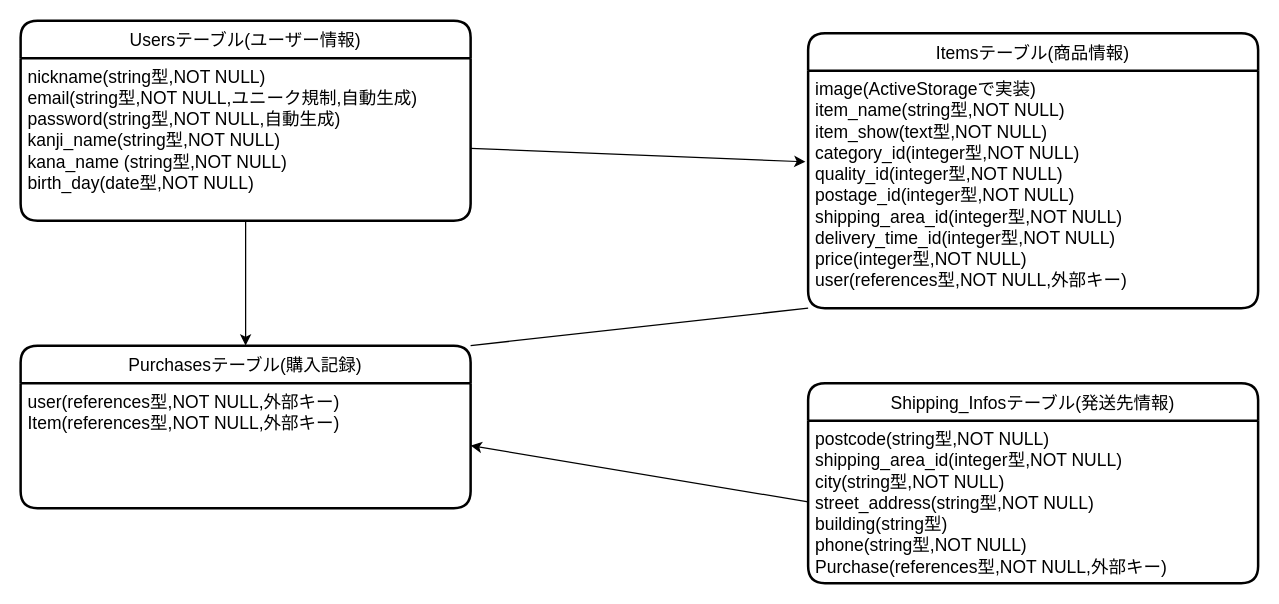
Earlier version of the draw.io diagram furima-40151.dio (flcamp0217/furima-40151). Source tidied: cells renumbered, new cells numbered last; positions are measured from the earlier drawing's top-left corner, leaving out a move shared by most shapes. Both pictures are drawn from the tidied source at 125%, with x=0, y=0 at pixel (20, 20).
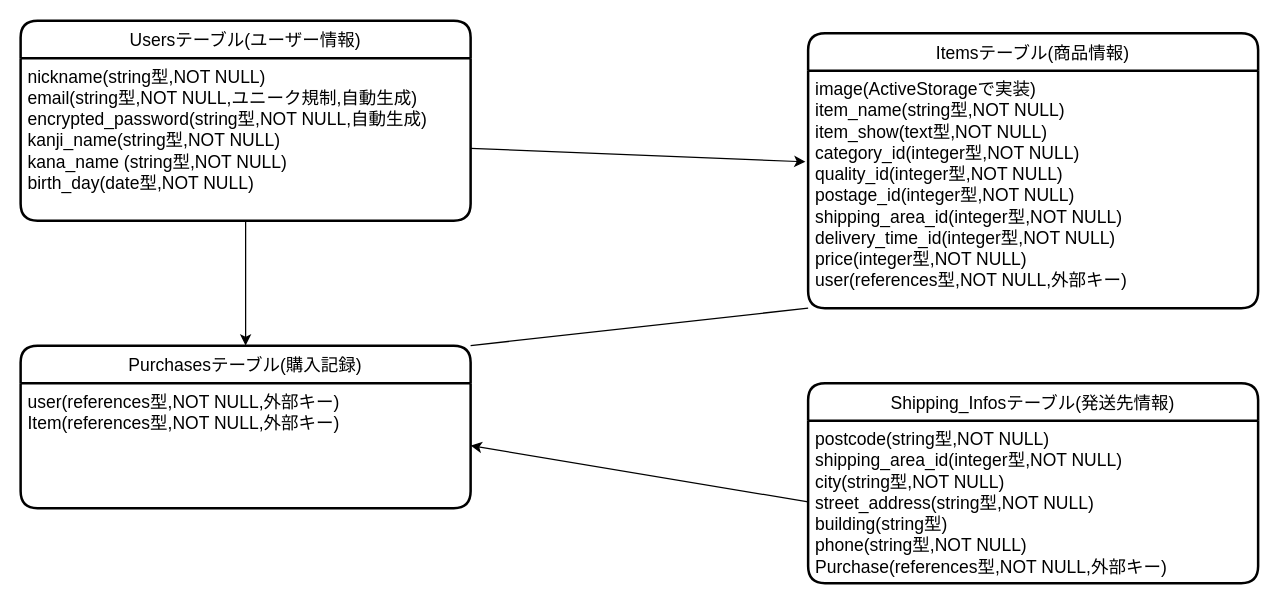
The same diagram, later.

Diff of the diagram source:
```diff
@@
 <mxGraphModel>
   <root>
     <mxCell id="0" />
     <mxCell id="1" parent="0" />
     <mxCell id="2" value="Usersテーブル(ユーザー情報)" style="swimlane;horizontal=1;startSize=30;rounded=1;fontSize=14;fontStyle=0;strokeWidth=2;shadow=0;dashed=0;align=center;" parent="1" vertex="1">
       <mxGeometry width="360" height="160" as="geometry" />
     </mxCell>
-    <mxCell id="3" value="nickname(string型,NOT NULL)&#10;email(string型,NOT NULL,ユニーク規制,自動生成)&#10;password(string型,NOT NULL,自動生成)&#10;kanji_name(string型,NOT NULL)&#10;kana_name (string型,NOT NULL)&#10;birth_day(date型,NOT NULL)" style="align=left;strokeColor=none;fillColor=none;spacingLeft=4;fontSize=14;verticalAlign=top;" parent="2" vertex="1">
+    <mxCell id="3" value="nickname(string型,NOT NULL)&#10;email(string型,NOT NULL,ユニーク規制,自動生成)&#10;encrypted_password(string型,NOT NULL,自動生成)&#10;kanji_name(string型,NOT NULL)&#10;kana_name (string型,NOT NULL)&#10;birth_day(date型,NOT NULL)" style="align=left;strokeColor=none;fillColor=none;spacingLeft=4;fontSize=14;verticalAlign=top;" parent="2" vertex="1">
       <mxGeometry y="30" width="360" height="130" as="geometry" />
     </mxCell>
     <mxCell id="4" value="Itemsテーブル(商品情報)" style="swimlane;horizontal=1;startSize=30;rounded=1;fontSize=14;fontStyle=0;strokeWidth=2;shadow=0;dashed=0;align=center;" parent="1" vertex="1">
       <mxGeometry x="630" y="10" width="360" height="220" as="geometry" />
     </mxCell>
     <mxCell id="5" value="image(ActiveStorageで実装)&#10;item_name(string型,NOT NULL)&#10;item_show(text型,NOT NULL)&#10;category_id(integer型,NOT NULL)&#10;quality_id(integer型,NOT NULL)&#10;postage_id(integer型,NOT NULL)&#10;shipping_area_id(integer型,NOT NULL)&#10;delivery_time_id(integer型,NOT NULL)&#10;price(integer型,NOT NULL)&#10;user(references型,NOT NULL,外部キー)" style="align=left;strokeColor=none;fillColor=none;spacingLeft=4;fontSize=14;verticalAlign=top;" parent="4" vertex="1">
       <mxGeometry y="30" width="360" height="190" as="geometry" />
     </mxCell>
     <mxCell id="6" value="Purchasesテーブル(購入記録)" style="swimlane;horizontal=1;startSize=30;rounded=1;fontSize=14;fontStyle=0;strokeWidth=2;shadow=0;dashed=0;align=center;" parent="1" vertex="1">
       <mxGeometry y="260" width="360" height="130" as="geometry" />
     </mxCell>
     <mxCell id="7" value="user(references型,NOT NULL,外部キー)&#10;Item(references型,NOT NULL,外部キー)" style="align=left;strokeColor=none;fillColor=none;spacingLeft=4;fontSize=14;verticalAlign=top;" parent="6" vertex="1">
       <mxGeometry y="30" width="360" height="100" as="geometry" />
     </mxCell>
     <mxCell id="8" value="Shipping_Infosテーブル(発送先情報)" style="swimlane;horizontal=1;startSize=30;rounded=1;fontSize=14;fontStyle=0;strokeWidth=2;shadow=0;dashed=0;align=center;" parent="1" vertex="1">
       <mxGeometry x="630" y="290" width="360" height="160" as="geometry" />
     </mxCell>
     <mxCell id="9" value="postcode(string型,NOT NULL)&#10;shipping_area_id(integer型,NOT NULL)&#10;city(string型,NOT NULL)&#10;street_address(string型,NOT NULL)&#10;building(string型)&#10;phone(string型,NOT NULL)&#10;Purchase(references型,NOT NULL,外部キー)" style="align=left;strokeColor=none;fillColor=none;spacingLeft=4;fontSize=14;verticalAlign=top;" parent="8" vertex="1">
       <mxGeometry y="30" width="360" height="130" as="geometry" />
     </mxCell>
     <mxCell id="10" style="edgeStyle=none;html=1;entryX=-0.006;entryY=0.384;entryDx=0;entryDy=0;entryPerimeter=0;" parent="1" edge="1" source="3" target="5">
       <mxGeometry relative="1" as="geometry" />
     </mxCell>
     <mxCell id="11" style="edgeStyle=none;html=1;exitX=0.5;exitY=1;exitDx=0;exitDy=0;entryX=0.5;entryY=0;entryDx=0;entryDy=0;" parent="1" edge="1" source="3" target="6">
       <mxGeometry relative="1" as="geometry" />
     </mxCell>
     <mxCell id="12" style="edgeStyle=none;html=1;exitX=0;exitY=1;exitDx=0;exitDy=0;entryX=1;entryY=0;entryDx=0;entryDy=0;endArrow=none;endFill=0;" parent="1" edge="1" source="5" target="6">
       <mxGeometry relative="1" as="geometry" />
     </mxCell>
     <mxCell id="13" style="edgeStyle=none;html=1;exitX=0;exitY=0.5;exitDx=0;exitDy=0;entryX=1;entryY=0.5;entryDx=0;entryDy=0;endArrow=classic;endFill=1;" parent="1" edge="1" source="9" target="7">
       <mxGeometry relative="1" as="geometry" />
     </mxCell>
   </root>
 </mxGraphModel>
```
